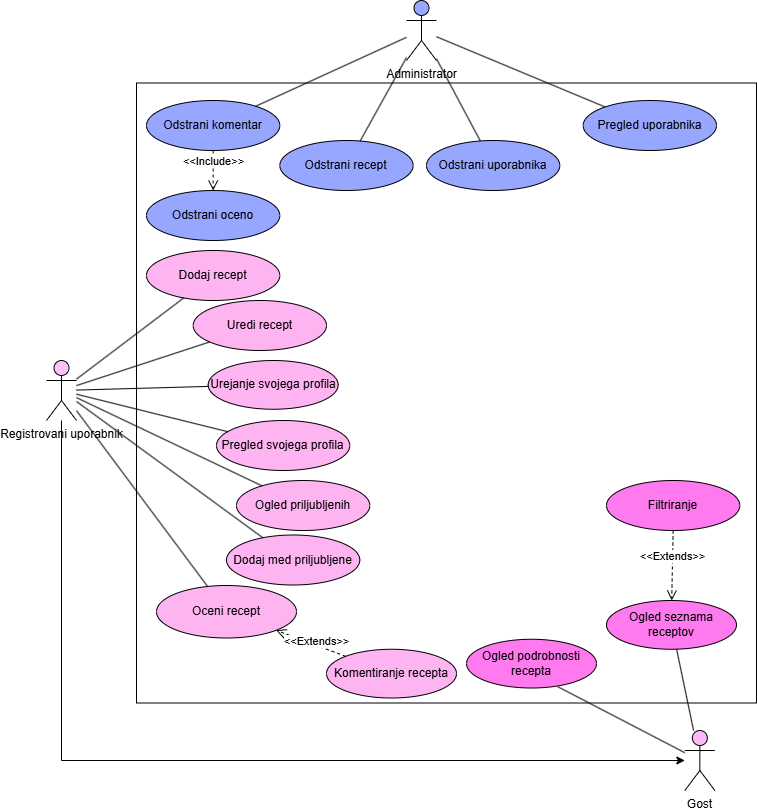
neSSHHa/FlavourFlow keeps this draw.io diagram as images/FlavourFlow2.png. Above is the earlier version. Source tidied: cells renumbered, new cells last; positions are measured from the earlier drawing's top-left corner, leaving out a move shared by most shapes.
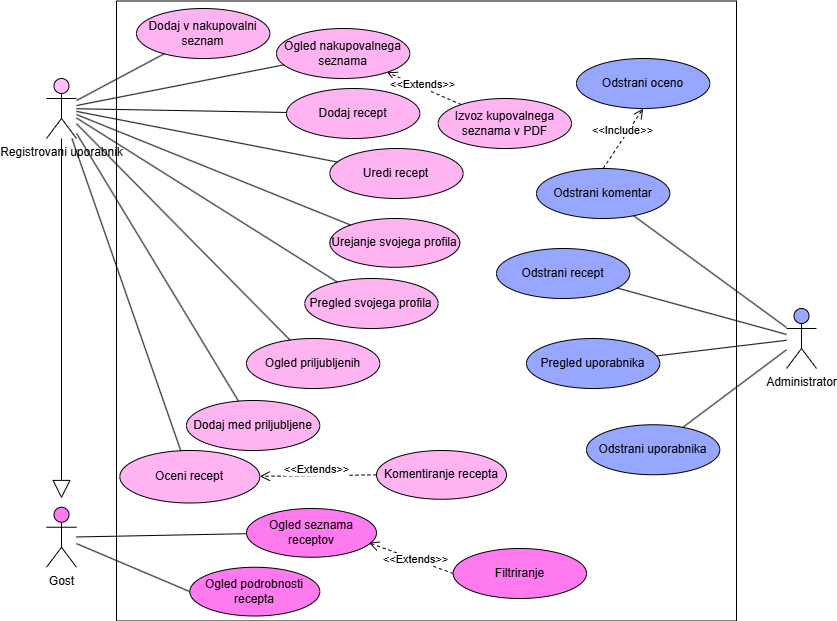
The same diagram one commit later.

Commit message:
razsirjen dpu z novo funckionalnosti in dodan dokument z use cases

Diff of the diagram source:
```diff
@@ -6,69 +6,59 @@
       <mxGeometry x="90" y="82.5" width="620" height="620" as="geometry" />
     </mxCell>
     <mxCell id="3" value="Administrator" style="shape=umlActor;verticalLabelPosition=bottom;verticalAlign=top;html=1;outlineConnect=0;fillColor=#97A6FF;" parent="1" vertex="1">
-      <mxGeometry x="360" width="30" height="60" as="geometry" />
+      <mxGeometry x="760" y="390" width="30" height="60" as="geometry" />
     </mxCell>
     <mxCell id="4" value="Registrovani uporabnik" style="shape=umlActor;verticalLabelPosition=bottom;verticalAlign=top;html=1;outlineConnect=0;fillColor=#FFC2F8;" parent="1" vertex="1">
-      <mxGeometry y="360" width="30" height="60" as="geometry" />
+      <mxGeometry x="20" y="160" width="30" height="60" as="geometry" />
     </mxCell>
-    <mxCell id="5" value="Gost" style="shape=umlActor;verticalLabelPosition=bottom;verticalAlign=top;html=1;outlineConnect=0;fillColor=#FFB8FA;" parent="1" vertex="1">
-      <mxGeometry x="638.3" y="730" width="30" height="60" as="geometry" />
+    <mxCell id="5" value="Gost" style="shape=umlActor;verticalLabelPosition=bottom;verticalAlign=top;html=1;outlineConnect=0;fillColor=#FF79EF;" parent="1" vertex="1">
+      <mxGeometry x="20" y="588.8" width="30" height="60" as="geometry" />
     </mxCell>
-    <mxCell id="6" style="endArrow=classic;html=1;rounded=0;" parent="1" edge="1" source="4" target="5">
-      <mxGeometry relative="1" as="geometry">
-        <Array as="points">
-          <mxPoint x="15" y="760" />
-        </Array>
-      </mxGeometry>
-    </mxCell>
     <mxCell id="7" value="Dodaj recept" style="ellipse;whiteSpace=wrap;html=1;fillColor=#FFB4F2;" parent="1" vertex="1">
-      <mxGeometry x="100" y="250" width="133.3" height="50" as="geometry" />
+      <mxGeometry x="260" y="170" width="133.3" height="50" as="geometry" />
     </mxCell>
     <mxCell id="8" value="Uredi recept" style="ellipse;whiteSpace=wrap;html=1;fillColor=#FFB4F2;" parent="1" vertex="1">
-      <mxGeometry x="146.7" y="300" width="133.3" height="50" as="geometry" />
+      <mxGeometry x="303.3" y="230" width="133.3" height="50" as="geometry" />
     </mxCell>
     <mxCell id="9" value="Odstrani recept" style="ellipse;whiteSpace=wrap;html=1;fillColor=#97A6FF;" parent="1" vertex="1">
-      <mxGeometry x="233.3" y="140" width="133.3" height="50" as="geometry" />
+      <mxGeometry x="470" y="330" width="133.3" height="50" as="geometry" />
     </mxCell>
     <mxCell id="10" value="Dodaj med priljubljene" style="ellipse;whiteSpace=wrap;html=1;fillColor=#FFB4F2;" parent="1" vertex="1">
-      <mxGeometry x="180" y="534.5" width="133.3" height="50" as="geometry" />
+      <mxGeometry x="160" y="482" width="133.3" height="50" as="geometry" />
     </mxCell>
     <mxCell id="11" value="Oceni recept" style="ellipse;whiteSpace=wrap;html=1;fillColor=#FFB4F2;" parent="1" vertex="1">
-      <mxGeometry x="110" y="585" width="140" height="52.5" as="geometry" />
+      <mxGeometry x="93.3" y="532" width="140" height="52.5" as="geometry" />
     </mxCell>
     <mxCell id="12" value="Komentiranje recepta" style="ellipse;whiteSpace=wrap;html=1;fillColor=#FFB4F2;" parent="1" vertex="1">
-      <mxGeometry x="280" y="648.8" width="130" height="48.8" as="geometry" />
+      <mxGeometry x="350" y="532" width="130" height="48.8" as="geometry" />
     </mxCell>
     <mxCell id="13" value="Pregled svojega profila" style="ellipse;whiteSpace=wrap;html=1;fillColor=#FFB4F2;" parent="1" vertex="1">
-      <mxGeometry x="170" y="420" width="133.3" height="50" as="geometry" />
+      <mxGeometry x="278.3" y="360" width="133.3" height="50" as="geometry" />
     </mxCell>
     <mxCell id="14" value="Urejanje svojega profila" style="ellipse;whiteSpace=wrap;html=1;fillColor=#FFB4F2;" parent="1" vertex="1">
-      <mxGeometry x="161.7" y="360" width="130" height="48.8" as="geometry" />
+      <mxGeometry x="303.3" y="300" width="130" height="48.8" as="geometry" />
     </mxCell>
     <mxCell id="15" value="Ogled priljubljenih" style="ellipse;whiteSpace=wrap;html=1;fillColor=#FFB4F2;" parent="1" vertex="1">
-      <mxGeometry x="190" y="480" width="133.3" height="50" as="geometry" />
+      <mxGeometry x="220" y="420" width="133.3" height="50" as="geometry" />
     </mxCell>
     <mxCell id="16" value="Filtriranje" style="ellipse;whiteSpace=wrap;html=1;fillColor=#FF79EF;" parent="1" vertex="1">
-      <mxGeometry x="560" y="480" width="133.3" height="50" as="geometry" />
+      <mxGeometry x="426.7" y="630" width="133.3" height="50" as="geometry" />
     </mxCell>
     <mxCell id="17" value="Ogled seznama receptov" style="ellipse;whiteSpace=wrap;html=1;fillColor=#FF79EF;" parent="1" vertex="1">
-      <mxGeometry x="560" y="600" width="130" height="48.8" as="geometry" />
+      <mxGeometry x="220" y="590" width="130" height="48.8" as="geometry" />
     </mxCell>
     <mxCell id="18" value="Odstrani komentar" style="ellipse;whiteSpace=wrap;html=1;fillColor=#97A6FF;" parent="1" vertex="1">
-      <mxGeometry x="100" y="100" width="133.3" height="50" as="geometry" />
+      <mxGeometry x="510" y="250" width="133.3" height="50" as="geometry" />
     </mxCell>
     <mxCell id="19" value="Odstrani uporabnika" style="ellipse;whiteSpace=wrap;html=1;fillColor=#97A6FF;" parent="1" vertex="1">
-      <mxGeometry x="380" y="140" width="133.3" height="50" as="geometry" />
+      <mxGeometry x="560" y="506.2" width="133.3" height="50" as="geometry" />
     </mxCell>
     <mxCell id="20" value="Pregled uporabnika" style="ellipse;whiteSpace=wrap;html=1;fillColor=#97A6FF;" parent="1" vertex="1">
-      <mxGeometry x="536.7" y="100" width="133.3" height="50" as="geometry" />
+      <mxGeometry x="500" y="420" width="133.3" height="50" as="geometry" />
     </mxCell>
     <mxCell id="21" value="Ogled podrobnosti recepta" style="ellipse;whiteSpace=wrap;html=1;fillColor=#FF79EF;" parent="1" vertex="1">
-      <mxGeometry x="420" y="638.8" width="130" height="48.8" as="geometry" />
+      <mxGeometry x="163.3" y="648.8" width="130" height="48.8" as="geometry" />
     </mxCell>
-    <mxCell id="22" style="endArrow=none;html=1;rounded=0;entryX=0.702;entryY=0.973;entryDx=0;entryDy=0;entryPerimeter=0;" parent="1" edge="1" source="5" target="21">
-      <mxGeometry relative="1" as="geometry" />
-    </mxCell>
     <mxCell id="23" style="endArrow=none;html=1;rounded=0;" parent="1" edge="1" source="5" target="17">
       <mxGeometry relative="1" as="geometry" />
     </mxCell>
@@ -105,17 +95,43 @@
     <mxCell id="34" style="endArrow=none;html=1;rounded=0;" parent="1" edge="1" source="20" target="3">
       <mxGeometry relative="1" as="geometry" />
     </mxCell>
+    <mxCell id="36" value="Odstrani oceno" style="ellipse;whiteSpace=wrap;html=1;fillColor=#97A6FF;" parent="1" vertex="1">
+      <mxGeometry x="550" y="140" width="133.3" height="50" as="geometry" />
+    </mxCell>
+    <mxCell id="38" value="&amp;lt;&amp;lt;Extends&amp;gt;&amp;gt;" style="html=1;verticalAlign=bottom;endArrow=open;dashed=1;endSize=8;curved=0;rounded=0;" parent="1" edge="1" source="12" target="11">
+      <mxGeometry x="0.03" y="3" relative="1" as="geometry" />
+    </mxCell>
+    <mxCell id="39" value="Ogled nakupovalnega seznama" style="ellipse;whiteSpace=wrap;html=1;fillColor=#FFB4F2;" parent="1" vertex="1">
+      <mxGeometry x="250" y="110" width="133.3" height="50" as="geometry" />
+    </mxCell>
+    <mxCell id="40" value="Dodaj v nakupovalni seznam" style="ellipse;whiteSpace=wrap;html=1;fillColor=#FFB4F2;" parent="1" vertex="1">
+      <mxGeometry x="110" y="90" width="133.3" height="50" as="geometry" />
+    </mxCell>
+    <mxCell id="41" value="Izvoz kupovalnega seznama v PDF" style="ellipse;whiteSpace=wrap;html=1;fillColor=#FFB4F2;" parent="1" vertex="1">
+      <mxGeometry x="411.7" y="180" width="133.3" height="50" as="geometry" />
+    </mxCell>
+    <mxCell id="42" value="&amp;lt;&amp;lt;Extends&amp;gt;&amp;gt;" style="html=1;verticalAlign=bottom;endArrow=open;dashed=1;endSize=8;curved=0;rounded=0;" parent="1" edge="1" source="41" target="39">
+      <mxGeometry x="-0.01" y="5" relative="1" as="geometry" />
+    </mxCell>
+    <mxCell id="43" style="endArrow=none;html=1;rounded=0;" parent="1" edge="1" source="4" target="39">
+      <mxGeometry relative="1" as="geometry" />
+    </mxCell>
+    <mxCell id="44" style="endArrow=none;html=1;rounded=0;" parent="1" edge="1" source="4" target="40">
+      <mxGeometry relative="1" as="geometry" />
+    </mxCell>
+    <mxCell id="22" style="endArrow=none;html=1;rounded=0;entryX=0;entryY=0.5;entryDx=0;entryDy=0;" parent="1" edge="1" source="5" target="21">
+      <mxGeometry relative="1" as="geometry" />
+    </mxCell>
+    <mxCell id="37" value="&amp;lt;&amp;lt;Include&amp;gt;&amp;gt;" style="html=1;verticalAlign=bottom;endArrow=open;dashed=1;endSize=8;curved=0;rounded=0;exitX=0.5;exitY=0;exitDx=0;exitDy=0;entryX=0.5;entryY=1;entryDx=0;entryDy=0;" parent="1" edge="1" source="18" target="36">
+      <mxGeometry relative="1" as="geometry" />
+    </mxCell>
-    <mxCell id="35" value="&amp;lt;&amp;lt;Extends&amp;gt;&amp;gt;" style="html=1;verticalAlign=bottom;endArrow=open;dashed=1;endSize=8;curved=0;rounded=0;exitX=0.5;exitY=1;exitDx=0;exitDy=0;" parent="1" edge="1" source="16" target="17">
-      <mxGeometry relative="1" as="geometry" />
+    <mxCell id="35" value="&amp;lt;&amp;lt;Extends&amp;gt;&amp;gt;" style="html=1;verticalAlign=bottom;endArrow=open;dashed=1;endSize=8;curved=0;rounded=0;exitX=0;exitY=0.5;exitDx=0;exitDy=0;entryX=0.942;entryY=0.703;entryDx=0;entryDy=0;entryPerimeter=0;" parent="1" edge="1" source="16" target="17">
+      <mxGeometry x="-0.19" y="8" relative="1" as="geometry" />
     </mxCell>
-    <mxCell id="36" value="Odstrani oceno" style="ellipse;whiteSpace=wrap;html=1;fillColor=#97A6FF;" parent="1" vertex="1">
-      <mxGeometry x="100" y="190" width="133.3" height="50" as="geometry" />
-    </mxCell>
-    <mxCell id="37" value="&amp;lt;&amp;lt;Include&amp;gt;&amp;gt;" style="html=1;verticalAlign=bottom;endArrow=open;dashed=1;endSize=8;curved=0;rounded=0;exitX=0.5;exitY=1;exitDx=0;exitDy=0;" parent="1" edge="1" source="18" target="36">
-      <mxGeometry relative="1" as="geometry" />
-    </mxCell>
-    <mxCell id="38" value="&amp;lt;&amp;lt;Extends&amp;gt;&amp;gt;" style="html=1;verticalAlign=bottom;endArrow=open;dashed=1;endSize=8;curved=0;rounded=0;" parent="1" edge="1" source="12" target="11">
-      <mxGeometry x="-0.21" y="5" relative="1" as="geometry" />
-    </mxCell>
+    <mxCell id="45" style="endArrow=block;endSize=16;endFill=0;html=1;rounded=0;" parent="1" edge="1" source="4">
+      <mxGeometry x="-0.03" y="-62" relative="1" as="geometry">
+        <mxPoint x="35" y="580" as="targetPoint" />
+      </mxGeometry>
+    </mxCell>
   </root>
 </mxGraphModel>
```
